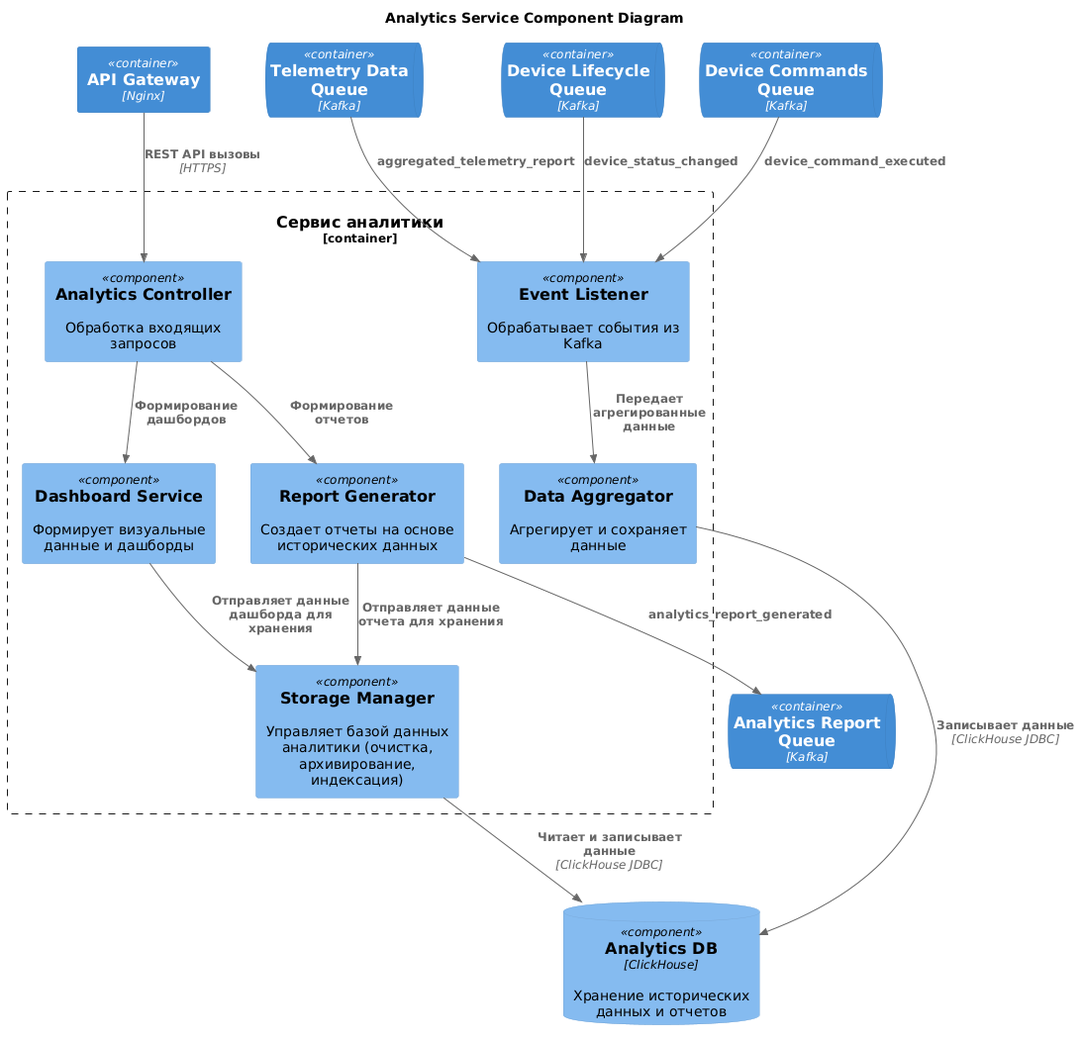
Before: docs/diagrams/component/analytics-service.png, a diagram exported from PlantUML (ZhurkinAngular/Warmhouse). Its diagram source:
```plantuml
@startuml
title Analytics Service Component Diagram

!include https://raw.githubusercontent.com/plantuml-stdlib/C4-PlantUML/master/C4_Component.puml

Container(APIGateway, "API Gateway", "Nginx")

ComponentDb(AnalyticsDB, "Analytics DB", "ClickHouse", "Хранение исторических данных и отчетов")

ContainerQueue(TelemetryDataQueue, "Telemetry Data Queue", "Kafka")
ContainerQueue(DeviceLifecycleQueue, "Device Lifecycle Queue", "Kafka")
ContainerQueue(DeviceCommandsQueue, "Device Commands Queue", "Kafka")
ContainerQueue(AnalyticsReportQueue, "Analytics Report Queue", "Kafka")

Container_Boundary(AnalyticsService, "Сервис аналитики") {
    Component(AnalyticsController, "Analytics Controller", "", "Обработка входящих запросов")
    Component(EventListener, "Event Listener", "", "Обрабатывает события из Kafka")
    Component(ReportGenerator, "Report Generator", "", "Создает отчеты на основе исторических данных")
    Component(DashboardService, "Dashboard Service", "", "Формирует визуальные данные и дашборды")
    Component(StorageManager, "Storage Manager", "", "Управляет базой данных аналитики (очистка, архивирование, индексация)")
    Component(DataAggregator , "Data Aggregator", "", "Агрегирует и сохраняет данные")
}

Rel(APIGateway, AnalyticsController, "REST API вызовы", "HTTPS")

Rel(AnalyticsController, DashboardService, "Формирование дашбордов")
Rel(AnalyticsController, ReportGenerator, "Формирование отчетов")

Rel(ReportGenerator, StorageManager, "Отправляет данные отчета для хранения")
Rel(DashboardService, StorageManager, "Отправляет данные дашборда для хранения")

Rel(EventListener, DataAggregator, "Передает агрегированные данные")

Rel(StorageManager, AnalyticsDB, "Читает и записывает данные", "ClickHouse JDBC")
Rel(DataAggregator, AnalyticsDB, "Записывает данные", "ClickHouse JDBC")

Rel(TelemetryDataQueue, EventListener, "aggregated_telemetry_report")
Rel(DeviceLifecycleQueue, EventListener, "device_status_changed")
Rel(DeviceCommandsQueue, EventListener, "device_command_executed")

Rel(ReportGenerator, AnalyticsReportQueue, "analytics_report_generated")
@enduml
```
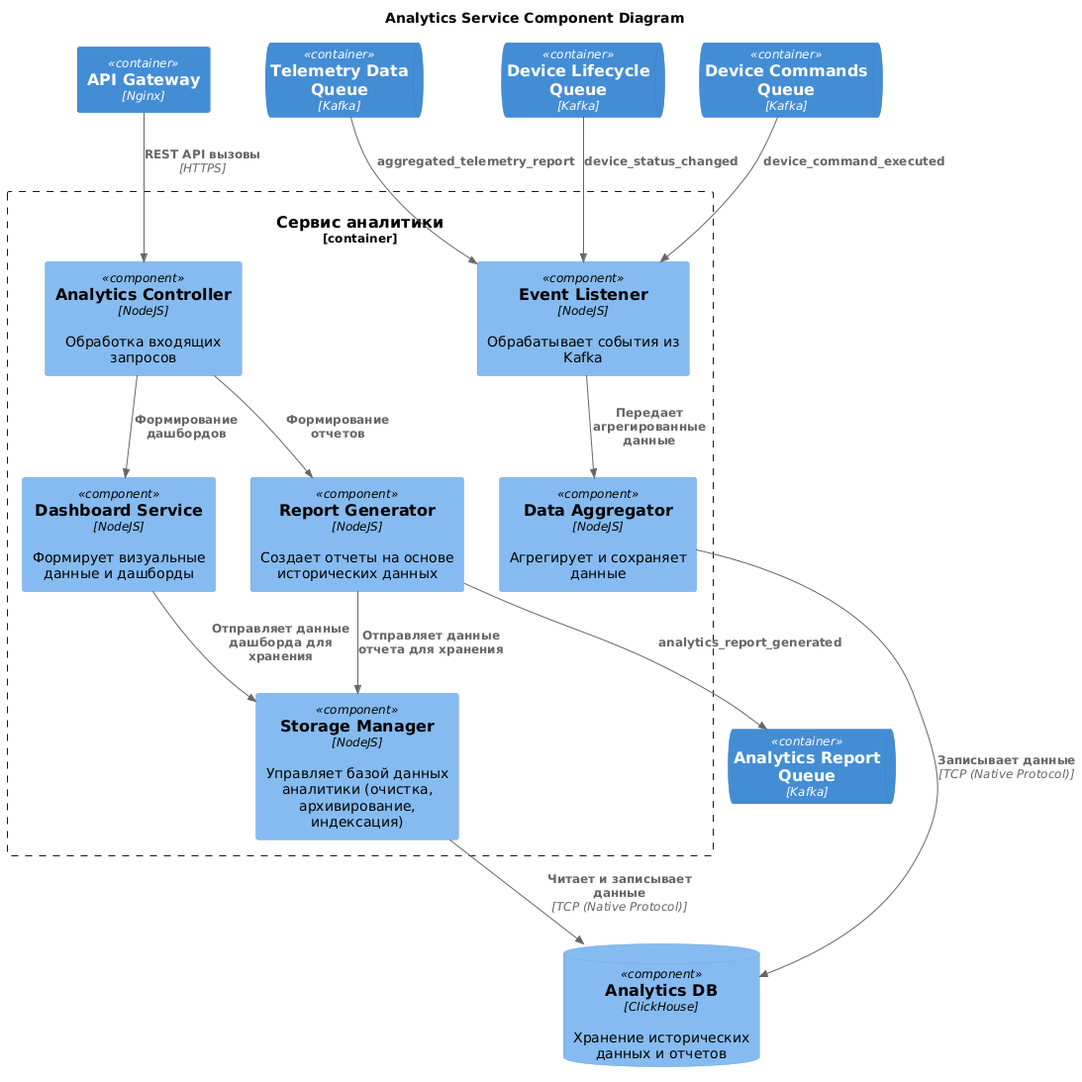
Above is the later version.

Change to the diagram source:
```diff
@@ -13,12 +13,12 @@
 ContainerQueue(AnalyticsReportQueue, "Analytics Report Queue", "Kafka")
 
 Container_Boundary(AnalyticsService, "Сервис аналитики") {
-    Component(AnalyticsController, "Analytics Controller", "", "Обработка входящих запросов")
-    Component(EventListener, "Event Listener", "", "Обрабатывает события из Kafka")
-    Component(ReportGenerator, "Report Generator", "", "Создает отчеты на основе исторических данных")
-    Component(DashboardService, "Dashboard Service", "", "Формирует визуальные данные и дашборды")
-    Component(StorageManager, "Storage Manager", "", "Управляет базой данных аналитики (очистка, архивирование, индексация)")
-    Component(DataAggregator , "Data Aggregator", "", "Агрегирует и сохраняет данные")
+    Component(AnalyticsController, "Analytics Controller", "NodeJS", "Обработка входящих запросов")
+    Component(EventListener, "Event Listener", "NodeJS", "Обрабатывает события из Kafka")
+    Component(ReportGenerator, "Report Generator", "NodeJS", "Создает отчеты на основе исторических данных")
+    Component(DashboardService, "Dashboard Service", "NodeJS", "Формирует визуальные данные и дашборды")
+    Component(StorageManager, "Storage Manager", "NodeJS", "Управляет базой данных аналитики (очистка, архивирование, индексация)")
+    Component(DataAggregator , "Data Aggregator", "NodeJS", "Агрегирует и сохраняет данные")
 }
 
 Rel(APIGateway, AnalyticsController, "REST API вызовы", "HTTPS")
@@ -31,8 +31,8 @@
 
 Rel(EventListener, DataAggregator, "Передает агрегированные данные")
 
-Rel(StorageManager, AnalyticsDB, "Читает и записывает данные", "ClickHouse JDBC")
-Rel(DataAggregator, AnalyticsDB, "Записывает данные", "ClickHouse JDBC")
+Rel(StorageManager, AnalyticsDB, "Читает и записывает данные", "TCP (Native Protocol)")
+Rel(DataAggregator, AnalyticsDB, "Записывает данные", "TCP (Native Protocol)")
 
 Rel(TelemetryDataQueue, EventListener, "aggregated_telemetry_report")
 Rel(DeviceLifecycleQueue, EventListener, "device_status_changed")
```
